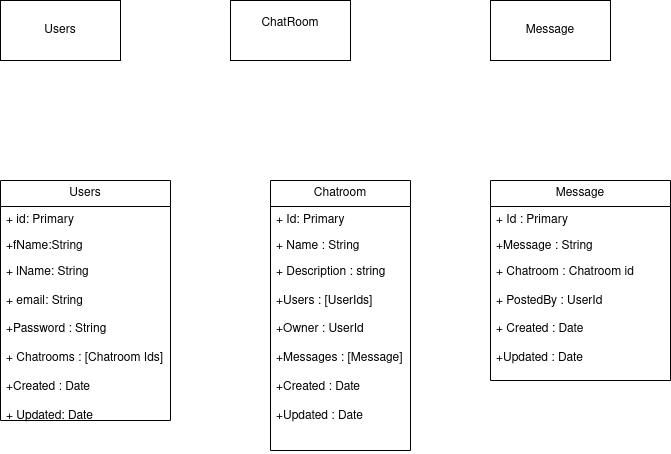
Before: Chatroom_Schema.drawio.png, a diagram exported from draw.io (Hrishabh963/Chat_App_Schema_Design). Source tidied: cells renumbered, new cells last; positions are measured from the earlier drawing's top-left corner, leaving out a move shared by most shapes.
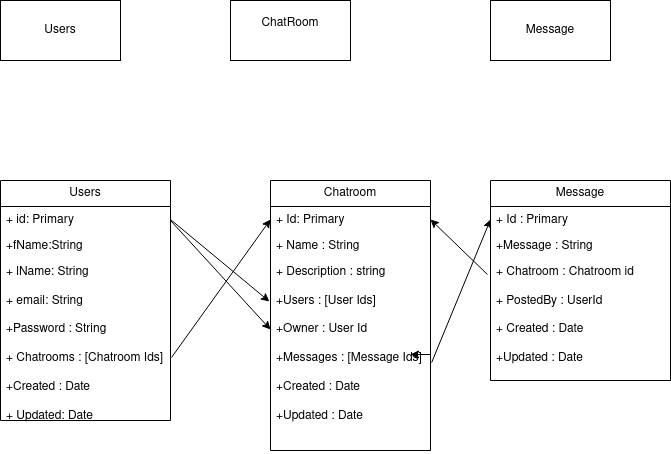
The same file after the commit.

Change to the diagram source:
```diff
@@ -24,16 +24,21 @@
       <mxGeometry y="78" width="170" height="162" as="geometry" />
     </mxCell>
     <mxCell id="9" value="Chatroom" style="swimlane;fontStyle=0;horizontal=1;startSize=26;fillColor=none;whiteSpace=wrap;html=1;" parent="1" vertex="1">
-      <mxGeometry x="270" y="180" width="140" height="270" as="geometry" />
+      <mxGeometry x="270" y="180" width="160" height="270" as="geometry" />
     </mxCell>
     <mxCell id="10" value="+ Id: Primary" style="text;strokeColor=none;fillColor=none;align=left;verticalAlign=top;spacingLeft=4;spacingRight=4;overflow=hidden;points=[[0,0.5],[1,0.5]];portConstraint=eastwest;whiteSpace=wrap;html=1;" parent="9" vertex="1">
-      <mxGeometry y="26" width="140" height="26" as="geometry" />
+      <mxGeometry y="26" width="160" height="26" as="geometry" />
     </mxCell>
     <mxCell id="11" value="+ Name : String" style="text;strokeColor=none;fillColor=none;align=left;verticalAlign=top;spacingLeft=4;spacingRight=4;overflow=hidden;whiteSpace=wrap;html=1;" parent="9" vertex="1">
-      <mxGeometry y="52" width="140" height="26" as="geometry" />
+      <mxGeometry y="52" width="160" height="26" as="geometry" />
     </mxCell>
+    <mxCell id="17" style="edgeStyle=orthogonalEdgeStyle;rounded=0;jettySize=auto;html=1;exitX=1;exitY=0.5;exitDx=0;exitDy=0;" parent="9" edge="1" source="12">
+      <mxGeometry relative="1" as="geometry">
+        <mxPoint x="140" y="174" as="targetPoint" />
+      </mxGeometry>
+    </mxCell>
-    <mxCell id="12" value="&lt;div&gt;+ Description : string&lt;/div&gt;&lt;div&gt;&lt;br&gt;&lt;/div&gt;&lt;div&gt;+Users : [UserIds]&lt;/div&gt;&lt;div&gt;&lt;br&gt;&lt;/div&gt;&lt;div&gt;+Owner : UserId&lt;/div&gt;&lt;div&gt;&lt;br&gt;&lt;/div&gt;&lt;div&gt;+Messages : [Message]&lt;/div&gt;&lt;div&gt;&lt;br&gt;&lt;/div&gt;&lt;div&gt;+Created : Date&lt;/div&gt;&lt;div&gt;&lt;br&gt;&lt;/div&gt;&lt;div&gt;+Updated : Date&lt;/div&gt;" style="text;strokeColor=none;fillColor=none;align=left;verticalAlign=top;spacingLeft=4;spacingRight=4;overflow=hidden;points=[[0,0.5],[1,0.5]];portConstraint=eastwest;whiteSpace=wrap;html=1;" parent="9" vertex="1">
-      <mxGeometry y="78" width="140" height="192" as="geometry" />
+    <mxCell id="12" value="&lt;div&gt;+ Description : string&lt;/div&gt;&lt;div&gt;&lt;br&gt;&lt;/div&gt;&lt;div&gt;+Users : [User Ids]&lt;/div&gt;&lt;div&gt;&lt;br&gt;&lt;/div&gt;&lt;div&gt;+Owner : User Id&lt;/div&gt;&lt;div&gt;&lt;br&gt;&lt;/div&gt;&lt;div&gt;+Messages : [Message Ids]&lt;/div&gt;&lt;div&gt;&lt;br&gt;&lt;/div&gt;&lt;div&gt;+Created : Date&lt;/div&gt;&lt;div&gt;&lt;br&gt;&lt;/div&gt;&lt;div&gt;+Updated : Date&lt;/div&gt;" style="text;strokeColor=none;fillColor=none;align=left;verticalAlign=top;spacingLeft=4;spacingRight=4;overflow=hidden;points=[[0,0.5],[1,0.5]];portConstraint=eastwest;whiteSpace=wrap;html=1;" parent="9" vertex="1">
+      <mxGeometry y="78" width="160" height="192" as="geometry" />
     </mxCell>
     <mxCell id="13" value="Message" style="swimlane;fontStyle=0;horizontal=1;startSize=26;fillColor=none;whiteSpace=wrap;html=1;" parent="1" vertex="1">
       <mxGeometry x="490" y="180" width="180" height="200" as="geometry" />
@@ -47,5 +52,22 @@
     <mxCell id="16" value="&lt;div&gt;+ Chatroom : Chatroom id&lt;/div&gt;&lt;div&gt;&lt;br&gt;&lt;/div&gt;&lt;div&gt;+ PostedBy : UserId&lt;/div&gt;&lt;div&gt;&lt;br&gt;&lt;/div&gt;&lt;div&gt;+ Created : Date&lt;/div&gt;&lt;div&gt;&lt;br&gt;&lt;/div&gt;&lt;div&gt;+Updated : Date&lt;br&gt;&lt;/div&gt;" style="text;strokeColor=none;fillColor=none;align=left;verticalAlign=top;spacingLeft=4;spacingRight=4;overflow=hidden;points=[[0,0.5],[1,0.5]];portConstraint=eastwest;whiteSpace=wrap;html=1;" parent="13" vertex="1">
       <mxGeometry y="78" width="180" height="122" as="geometry" />
     </mxCell>
+    <mxCell id="18" style="endArrow=classic;html=1;rounded=0;exitX=1.006;exitY=0.611;exitDx=0;exitDy=0;exitPerimeter=0;entryX=0;entryY=0.5;entryDx=0;entryDy=0;" parent="1" edge="1" source="8" target="10">
+      <mxGeometry relative="1" as="geometry" />
+    </mxCell>
+    <mxCell id="19" style="endArrow=classic;html=1;rounded=0;exitX=1;exitY=0.5;exitDx=0;exitDy=0;entryX=-0.007;entryY=0.224;entryDx=0;entryDy=0;entryPerimeter=0;" parent="1" edge="1" source="6" target="12">
+      <mxGeometry relative="1" as="geometry" />
+    </mxCell>
+    <mxCell id="20" style="endArrow=classic;html=1;rounded=0;entryX=0;entryY=0.37;entryDx=0;entryDy=0;entryPerimeter=0;" parent="1" edge="1" target="12">
+      <mxGeometry relative="1" as="geometry">
+        <mxPoint x="170" y="220" as="sourcePoint" />
+      </mxGeometry>
+    </mxCell>
+    <mxCell id="21" style="endArrow=classic;html=1;rounded=0;exitX=1.007;exitY=0.542;exitDx=0;exitDy=0;exitPerimeter=0;entryX=0;entryY=0.5;entryDx=0;entryDy=0;" parent="1" edge="1" source="12" target="14">
+      <mxGeometry relative="1" as="geometry" />
+    </mxCell>
+    <mxCell id="22" style="endArrow=classic;html=1;rounded=0;exitX=-0.017;exitY=0.131;exitDx=0;exitDy=0;exitPerimeter=0;entryX=1;entryY=0.5;entryDx=0;entryDy=0;" parent="1" edge="1" source="16" target="10">
+      <mxGeometry relative="1" as="geometry" />
+    </mxCell>
   </root>
 </mxGraphModel>
```
